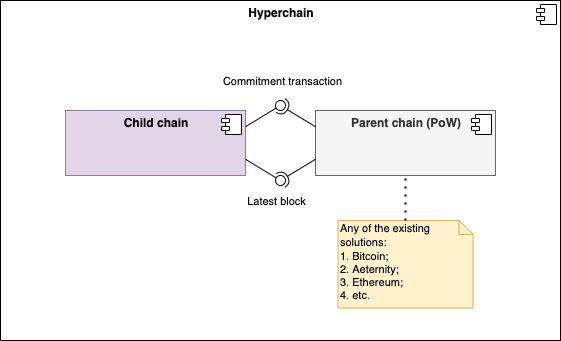
aeternity/hyperchains-whitepaper keeps this draw.io diagram as images/HyperchainComponent.png. Above is the earlier version. Source tidied: cells renumbered, new cells last; positions are measured from the earlier drawing's top-left corner, leaving out a move shared by most shapes.
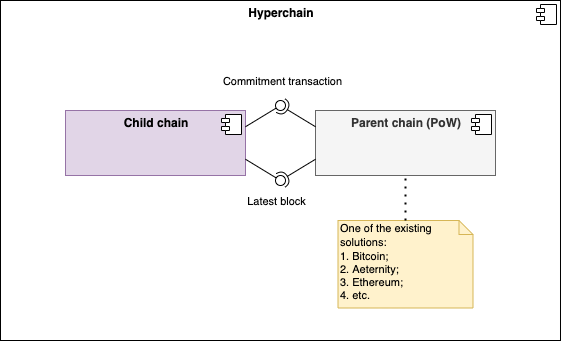
After the commit.

Commit message:
Fix ortho mistakes;

The edit, as a diff of the source:
```diff
@@ -40,7 +40,7 @@
     <mxCell id="11" style="ellipse;whiteSpace=wrap;html=1;fontFamily=Helvetica;fontSize=12;fontColor=#000000;align=center;strokeColor=#000000;fillColor=#ffffff;points=[];" parent="1" vertex="1">
       <mxGeometry x="275" y="100" width="10" height="10" as="geometry" />
     </mxCell>
-    <mxCell id="12" value="&lt;div&gt;&lt;span style=&quot;font-size: 11px&quot;&gt;Any of the existing solutions:&lt;/span&gt;&lt;br&gt;&lt;/div&gt;&lt;div&gt;&lt;span style=&quot;font-size: 11px&quot;&gt;1. Bitcoin;&lt;/span&gt;&lt;br&gt;&lt;/div&gt;&lt;font style=&quot;font-size: 11px&quot;&gt;&lt;div&gt;&lt;span&gt;2. Aeternity;&lt;/span&gt;&lt;/div&gt;&lt;div&gt;&lt;span&gt;3. Ethereum;&lt;/span&gt;&lt;/div&gt;&lt;div&gt;&lt;span&gt;4. etc.&lt;/span&gt;&lt;/div&gt;&lt;/font&gt;" style="shape=note;whiteSpace=wrap;html=1;size=14;verticalAlign=top;align=left;spacingTop=-6;fillColor=#fff2cc;strokeColor=#d6b656;" parent="1" vertex="1">
+    <mxCell id="12" value="&lt;div&gt;&lt;span style=&quot;font-size: 11px&quot;&gt;One of the existing solutions:&lt;/span&gt;&lt;br&gt;&lt;/div&gt;&lt;div&gt;&lt;span style=&quot;font-size: 11px&quot;&gt;1. Bitcoin;&lt;/span&gt;&lt;br&gt;&lt;/div&gt;&lt;font style=&quot;font-size: 11px&quot;&gt;&lt;div&gt;&lt;span&gt;2. Aeternity;&lt;/span&gt;&lt;/div&gt;&lt;div&gt;&lt;span&gt;3. Ethereum;&lt;/span&gt;&lt;/div&gt;&lt;div&gt;&lt;span&gt;4. etc.&lt;/span&gt;&lt;/div&gt;&lt;/font&gt;" style="shape=note;whiteSpace=wrap;html=1;size=14;verticalAlign=top;align=left;spacingTop=-6;fillColor=#fff2cc;strokeColor=#d6b656;" parent="1" vertex="1">
       <mxGeometry x="337.5" y="220" width="135" height="87.5" as="geometry" />
     </mxCell>
     <mxCell id="13" style="rounded=0;jettySize=auto;html=1;endArrow=none;endFill=0;exitX=1;exitY=0.75;exitDx=0;exitDy=0;" parent="1" edge="1" source="4" target="16">
```
